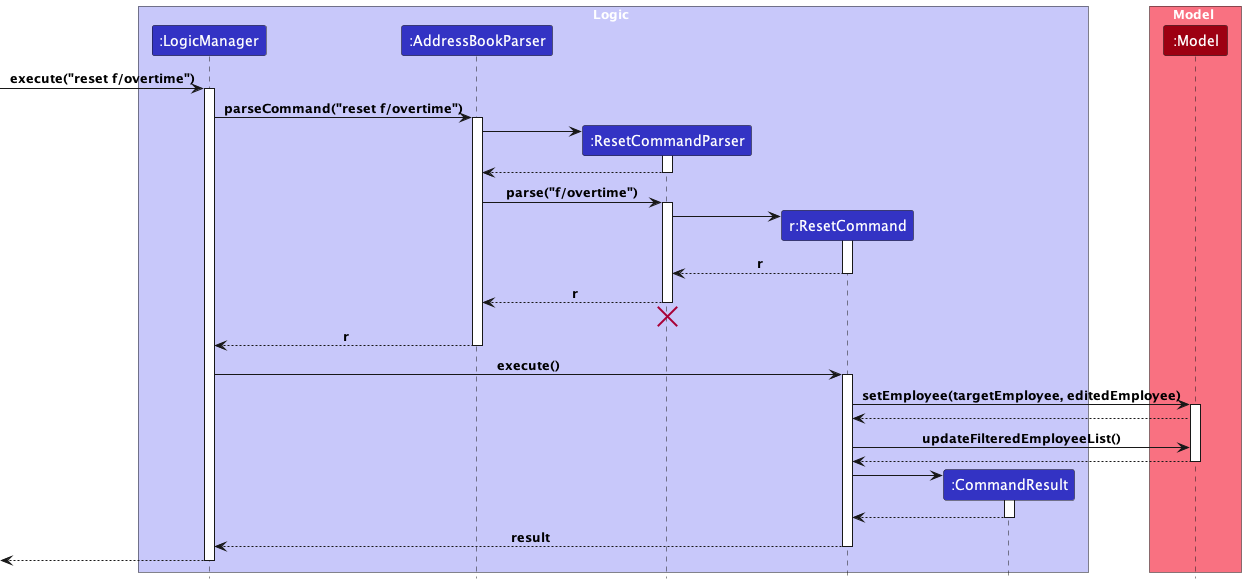
Above: docs/images/ResetSequenceDiagram.png in nus-cs2103-AY2324S1/tp (PlantUML), before the change.
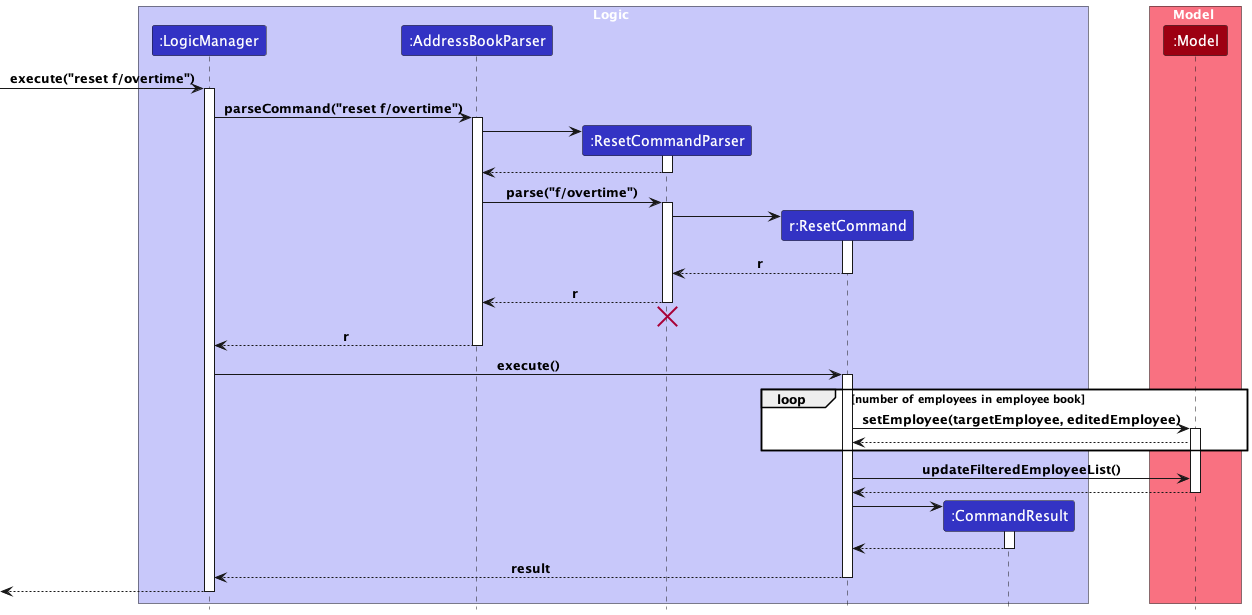
The same diagram one commit later.

Commit message:
Add loop in Reset sequence diagram and update UG

Diff of the diagram source:
```diff
@@ -47,10 +47,12 @@
 LogicManager -> ResetCommand : execute()
 activate ResetCommand
 
+loop number of employees in employee book
 ResetCommand -> Model : setEmployee(targetEmployee, editedEmployee)
 activate Model
 
 Model --> ResetCommand
+end
 
 ResetCommand -> Model : updateFilteredEmployeeList()
 
```
